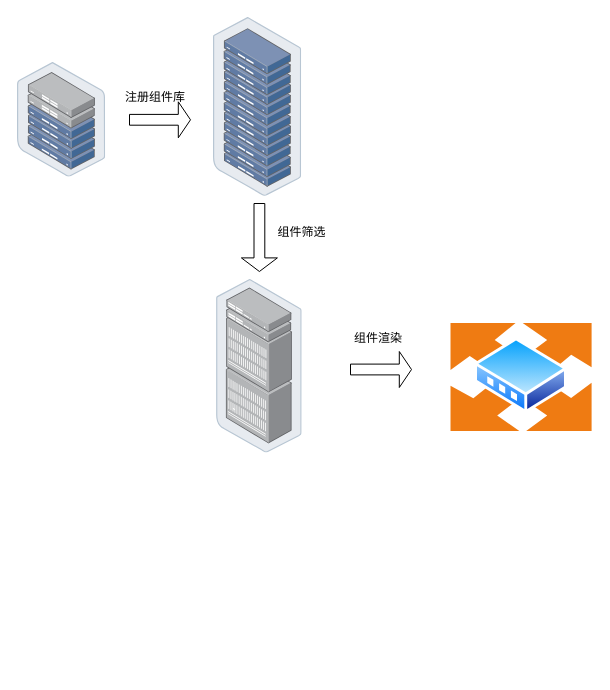
Before: 平台研发流程.drawio in mingtian110/pc_home, a draw.io diagram. Source tidied: cells renumbered, new cells numbered last; positions are measured from the earlier drawing's top-left corner, leaving out a move shared by most shapes. Both pictures are drawn from the tidied source at 100%, with x=0, y=0 at pixel (17, 17).
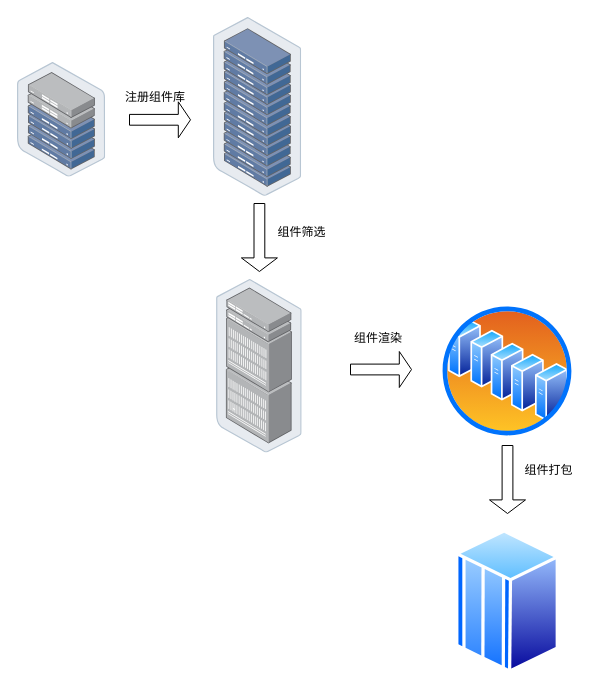
Above is the later version.

Commit message (it also covers changes not shown here):
更新平台研发流程.drawio

What changed in the source:
```diff
@@
 <mxGraphModel>
   <root>
     <mxCell id="0" />
     <mxCell id="1" parent="0" />
     <mxCell id="2" style="html=1;align=center;shadow=0;dashed=0;image;image=img/lib/allied_telesis/storage/Datacenter_Server_Rack.svg;" parent="1" vertex="1">
       <mxGeometry x="196" width="88.2" height="178.8" as="geometry" />
     </mxCell>
     <mxCell id="3" style="html=1;align=center;shadow=0;dashed=0;image;image=img/lib/allied_telesis/storage/Datacenter_Server_Half_Rack_ToR.svg;" parent="1" vertex="1">
       <mxGeometry y="45" width="88.2" height="114.6" as="geometry" />
     </mxCell>
     <mxCell id="4" style="shape=singleArrow;whiteSpace=wrap;html=1;" parent="1" vertex="1">
       <mxGeometry x="112" y="84.3" width="61" height="36" as="geometry" />
     </mxCell>
     <mxCell id="5" value="注册组件库" style="text;html=1;strokeColor=none;fillColor=none;align=center;verticalAlign=middle;whiteSpace=wrap;rounded=0;" parent="1" vertex="1">
       <mxGeometry x="106" y="73" width="64" height="14" as="geometry" />
     </mxCell>
     <mxCell id="6" style="html=1;align=center;shadow=0;dashed=0;image;image=img/lib/allied_telesis/storage/Datacenter_Server_Rack_EoR.svg;" parent="1" vertex="1">
       <mxGeometry x="199" y="262" width="85.8" height="173.4" as="geometry" />
     </mxCell>
     <mxCell id="7" style="shape=singleArrow;direction=south;whiteSpace=wrap;html=1;" parent="1" vertex="1">
       <mxGeometry x="223.9" y="186" width="36" height="68" as="geometry" />
     </mxCell>
     <mxCell id="8" value="组件筛选" style="text;html=1;strokeColor=none;fillColor=none;align=center;verticalAlign=middle;whiteSpace=wrap;rounded=0;" parent="1" vertex="1">
       <mxGeometry x="255" y="207" width="59" height="16" as="geometry" />
     </mxCell>
     <mxCell id="9" style="shape=singleArrow;whiteSpace=wrap;html=1;" parent="1" vertex="1">
       <mxGeometry x="333" y="334" width="61" height="36" as="geometry" />
     </mxCell>
     <mxCell id="10" value="组件渲染" style="text;html=1;strokeColor=none;fillColor=none;align=center;verticalAlign=middle;whiteSpace=wrap;rounded=0;" parent="1" vertex="1">
       <mxGeometry x="330" y="314" width="61.5" height="14" as="geometry" />
     </mxCell>
-    <mxCell id="11" style="perimeter=ellipsePerimeter;html=1;align=center;shadow=0;dashed=0;spacingTop=3;image;image=img/lib/active_directory/router.svg;" parent="1" vertex="1">
-      <mxGeometry x="433" y="306" width="142.1" height="108" as="geometry" />
-    </mxCell>
+    <mxCell id="12" style="perimeter=ellipsePerimeter;html=1;align=center;shadow=0;dashed=0;spacingTop=3;image;image=img/lib/active_directory/server_farm.svg;" parent="1" vertex="1">
+      <mxGeometry x="423" y="287" width="134" height="134" as="geometry" />
+    </mxCell>
+    <mxCell id="13" style="shape=singleArrow;direction=south;whiteSpace=wrap;html=1;" parent="1" vertex="1">
+      <mxGeometry x="472" y="428" width="36" height="68" as="geometry" />
+    </mxCell>
+    <mxCell id="14" value="组件打包" style="text;html=1;strokeColor=none;fillColor=none;align=center;verticalAlign=middle;whiteSpace=wrap;rounded=0;" parent="1" vertex="1">
+      <mxGeometry x="502" y="445" width="59" height="16" as="geometry" />
+    </mxCell>
+    <mxCell id="15" style="perimeter=ellipsePerimeter;html=1;align=center;shadow=0;dashed=0;spacingTop=3;image;image=img/lib/active_directory/mainframe_host.svg;" parent="1" vertex="1">
+      <mxGeometry x="438.2" y="512" width="103.7" height="144" as="geometry" />
+    </mxCell>
   </root>
 </mxGraphModel>
```
